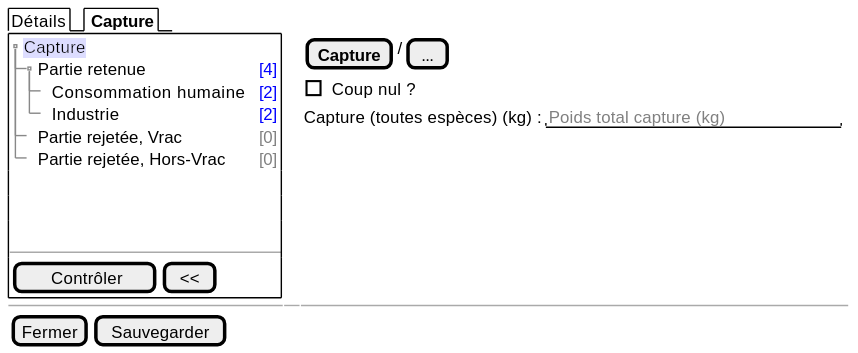
sumaris-net/sumaris-doc keeps this PlantUML diagram as projects/obsmer/spe/images/batch/batch-tree.svg. Above is the earlier version.
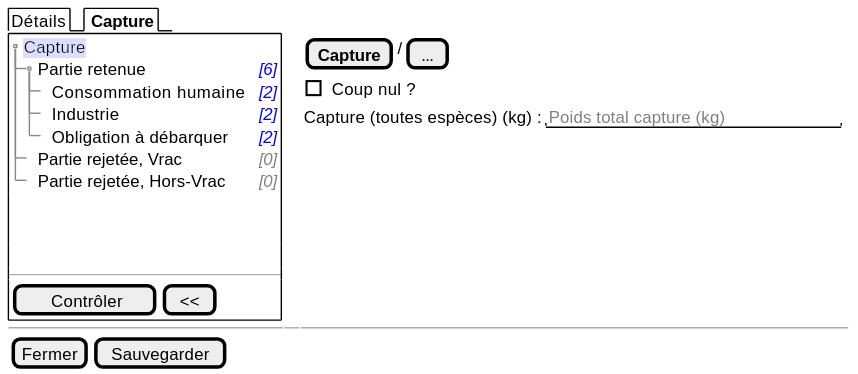
Later version of the same file.

The edit, as a diff of the source:
```diff
@@ -4,11 +4,12 @@
   {+
    {T
        + <back:#DDF>Capture    | .
-       ++ Partie retenue       | <color:blue>[4]
-       +++ Consommation humaine | <color:blue>[2]
-       +++ Industrie | <color:blue>[2]
-       ++ Partie rejetée, Vrac | <color:gray>[0]
-       ++ Partie rejetée, Hors-Vrac | <color:gray>[0]
+       ++ Partie retenue       | <i><color:blue>[6]
+       +++ Consommation humaine | <i><color:blue>[2]
+       +++ Industrie | <i><color:blue>[2]
+       +++ Obligation à débarquer| <i><color:blue>[2]
+       ++ Partie rejetée, Vrac | <i><color:gray>[0]
+       ++ Partie rejetée, Hors-Vrac | <i><color:gray>[0]
    }
     .
     .
```
